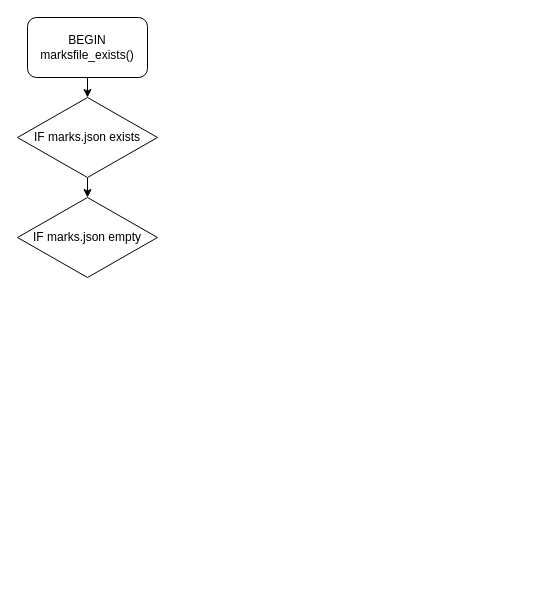
Above: Flowcharts/drawio/marksfile_exists.drawio in jridz/Markinator (draw.io), before the change. Source tidied: cells renumbered, new cells numbered last; positions are measured from the earlier drawing's top-left corner, leaving out a move shared by most shapes. Both pictures are drawn from the tidied source at 100%, with x=0, y=0 at pixel (17, 17).
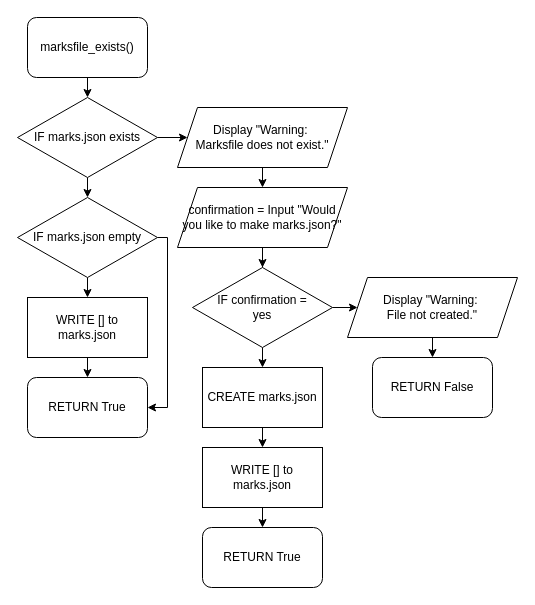
The same page after the edit.

The change refers to these unchanged cells:
```xml
<mxCell id="5" value="IF marks.json exists" style="rhombus;whiteSpace=wrap;html=1;" parent="1" vertex="1">
  <mxGeometry y="80" width="140" height="80" as="geometry" />
</mxCell>
<mxCell id="6" value="&lt;div&gt;IF marks.json empty&lt;/div&gt;" style="rhombus;whiteSpace=wrap;html=1;" parent="1" vertex="1">
  <mxGeometry y="180" width="140" height="80" as="geometry" />
</mxCell>
```

What changed in the source:
```diff
@@
-    <mxCell id="3" value="BEGIN marksfile_exists()" style="rounded=1;whiteSpace=wrap;html=1;" parent="1" vertex="1">
+    <mxCell id="3" value="marksfile_exists()" style="rounded=1;whiteSpace=wrap;html=1;" parent="1" vertex="1">
       <mxGeometry x="10" width="120" height="60" as="geometry" />
     </mxCell>
@@
+    <mxCell id="7" style="edgeStyle=orthogonalEdgeStyle;rounded=0;jettySize=auto;html=1;exitX=1;exitY=0.5;exitDx=0;exitDy=0;entryX=0;entryY=0.5;entryDx=0;entryDy=0;" parent="1" edge="1" source="5" target="14">
+      <mxGeometry relative="1" as="geometry" />
+    </mxCell>
@@
+    <mxCell id="8" style="edgeStyle=orthogonalEdgeStyle;rounded=0;jettySize=auto;html=1;exitX=0.5;exitY=1;exitDx=0;exitDy=0;entryX=0.5;entryY=0;entryDx=0;entryDy=0;" parent="1" edge="1" source="6" target="11">
+      <mxGeometry relative="1" as="geometry" />
+    </mxCell>
+    <mxCell id="9" style="edgeStyle=orthogonalEdgeStyle;rounded=0;jettySize=auto;html=1;exitX=1;exitY=0.5;exitDx=0;exitDy=0;entryX=1;entryY=0.5;entryDx=0;entryDy=0;" parent="1" edge="1" source="6" target="12">
+      <mxGeometry relative="1" as="geometry">
+        <Array as="points">
+          <mxPoint x="150" y="220" />
+          <mxPoint x="150" y="390" />
+        </Array>
+      </mxGeometry>
+    </mxCell>
@@
+    <mxCell id="10" style="edgeStyle=orthogonalEdgeStyle;rounded=0;jettySize=auto;html=1;exitX=0.5;exitY=1;exitDx=0;exitDy=0;entryX=0.5;entryY=0;entryDx=0;entryDy=0;" parent="1" edge="1" source="11" target="12">
+      <mxGeometry relative="1" as="geometry" />
+    </mxCell>
+    <mxCell id="11" value="WRITE [] to marks.json" style="rounded=0;whiteSpace=wrap;html=1;" parent="1" vertex="1">
+      <mxGeometry x="10" y="280" width="120" height="60" as="geometry" />
+    </mxCell>
+    <mxCell id="12" value="RETURN True" style="rounded=1;whiteSpace=wrap;html=1;" parent="1" vertex="1">
+      <mxGeometry x="10" y="360" width="120" height="60" as="geometry" />
+    </mxCell>
+    <mxCell id="13" style="edgeStyle=orthogonalEdgeStyle;rounded=0;jettySize=auto;html=1;exitX=0.5;exitY=1;exitDx=0;exitDy=0;entryX=0.5;entryY=0;entryDx=0;entryDy=0;" parent="1" edge="1" source="14" target="16">
+      <mxGeometry relative="1" as="geometry" />
+    </mxCell>
+    <mxCell id="14" value="&lt;div&gt;Display &quot;Warning:&amp;nbsp;&lt;/div&gt;&lt;div&gt;Marksfile does not exist.&quot;&lt;/div&gt;" style="shape=parallelogram;perimeter=parallelogramPerimeter;whiteSpace=wrap;html=1;fixedSize=1;" parent="1" vertex="1">
+      <mxGeometry x="160" y="90" width="170" height="60" as="geometry" />
+    </mxCell>
+    <mxCell id="15" style="edgeStyle=orthogonalEdgeStyle;rounded=0;jettySize=auto;html=1;exitX=0.5;exitY=1;exitDx=0;exitDy=0;" parent="1" edge="1" source="16" target="19">
+      <mxGeometry relative="1" as="geometry" />
+    </mxCell>
+    <mxCell id="16" value="confirmation = Input &quot;Would you like to make marks.json?&quot;" style="shape=parallelogram;perimeter=parallelogramPerimeter;whiteSpace=wrap;html=1;fixedSize=1;" parent="1" vertex="1">
+      <mxGeometry x="160" y="170" width="170" height="60" as="geometry" />
+    </mxCell>
+    <mxCell id="17" style="edgeStyle=orthogonalEdgeStyle;rounded=0;jettySize=auto;html=1;exitX=0.5;exitY=1;exitDx=0;exitDy=0;entryX=0.5;entryY=0;entryDx=0;entryDy=0;" parent="1" edge="1" source="19" target="23">
+      <mxGeometry relative="1" as="geometry" />
+    </mxCell>
+    <mxCell id="18" style="edgeStyle=orthogonalEdgeStyle;rounded=0;jettySize=auto;html=1;exitX=1;exitY=0.5;exitDx=0;exitDy=0;entryX=0;entryY=0.5;entryDx=0;entryDy=0;" parent="1" edge="1" source="19" target="25">
+      <mxGeometry relative="1" as="geometry" />
+    </mxCell>
+    <mxCell id="19" value="&lt;div&gt;IF confirmation = &lt;br&gt;&lt;/div&gt;&lt;div&gt;yes&lt;br&gt;&lt;/div&gt;" style="rhombus;whiteSpace=wrap;html=1;" parent="1" vertex="1">
+      <mxGeometry x="175" y="250" width="140" height="80" as="geometry" />
+    </mxCell>
+    <mxCell id="20" style="edgeStyle=orthogonalEdgeStyle;rounded=0;jettySize=auto;html=1;exitX=0.5;exitY=1;exitDx=0;exitDy=0;entryX=0.5;entryY=0;entryDx=0;entryDy=0;" parent="1" edge="1" source="21" target="26">
+      <mxGeometry relative="1" as="geometry" />
+    </mxCell>
+    <mxCell id="21" value="WRITE [] to marks.json" style="rounded=0;whiteSpace=wrap;html=1;" parent="1" vertex="1">
+      <mxGeometry x="185" y="430" width="120" height="60" as="geometry" />
+    </mxCell>
+    <mxCell id="22" style="edgeStyle=orthogonalEdgeStyle;rounded=0;jettySize=auto;html=1;exitX=0.5;exitY=1;exitDx=0;exitDy=0;entryX=0.5;entryY=0;entryDx=0;entryDy=0;" parent="1" edge="1" source="23" target="21">
+      <mxGeometry relative="1" as="geometry" />
+    </mxCell>
+    <mxCell id="23" value="CREATE marks.json" style="rounded=0;whiteSpace=wrap;html=1;" parent="1" vertex="1">
+      <mxGeometry x="185" y="350" width="120" height="60" as="geometry" />
+    </mxCell>
+    <mxCell id="24" style="edgeStyle=orthogonalEdgeStyle;rounded=0;jettySize=auto;html=1;exitX=0.5;exitY=1;exitDx=0;exitDy=0;entryX=0.5;entryY=0;entryDx=0;entryDy=0;" parent="1" edge="1" source="25" target="27">
+      <mxGeometry relative="1" as="geometry" />
+    </mxCell>
+    <mxCell id="25" value="&lt;div&gt;Display &quot;Warning:&amp;nbsp;&lt;/div&gt;&lt;div&gt;File not created.&quot;&lt;/div&gt;" style="shape=parallelogram;perimeter=parallelogramPerimeter;whiteSpace=wrap;html=1;fixedSize=1;" parent="1" vertex="1">
+      <mxGeometry x="330" y="260" width="170" height="60" as="geometry" />
+    </mxCell>
+    <mxCell id="26" value="RETURN True" style="rounded=1;whiteSpace=wrap;html=1;" parent="1" vertex="1">
+      <mxGeometry x="185" y="510" width="120" height="60" as="geometry" />
+    </mxCell>
+    <mxCell id="27" value="RETURN False" style="rounded=1;whiteSpace=wrap;html=1;" parent="1" vertex="1">
+      <mxGeometry x="355" y="340" width="120" height="60" as="geometry" />
+    </mxCell>
```
